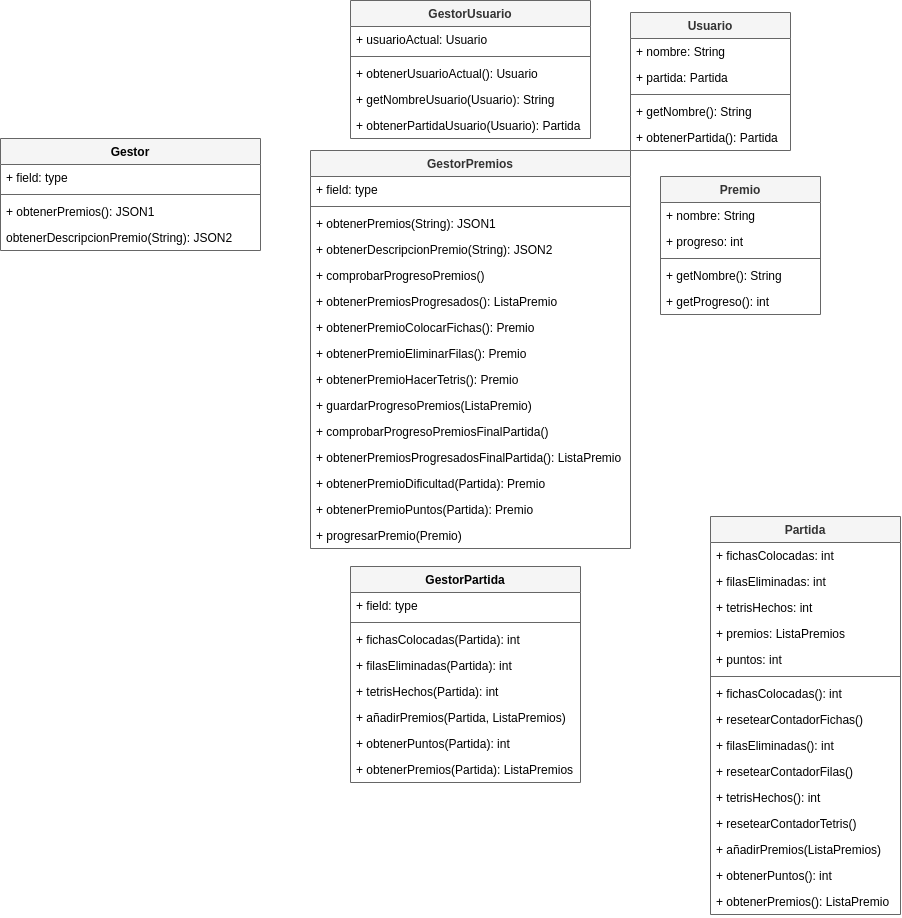
The draw.io diagram documentacion/funcionalidad 6/dclases6.png in mikel-egana-aranguren/ADSI-22-23-Tetris, before a commit. Source tidied: cells renumbered, new cells last; positions are measured from the earlier drawing's top-left corner, leaving out a move shared by most shapes.
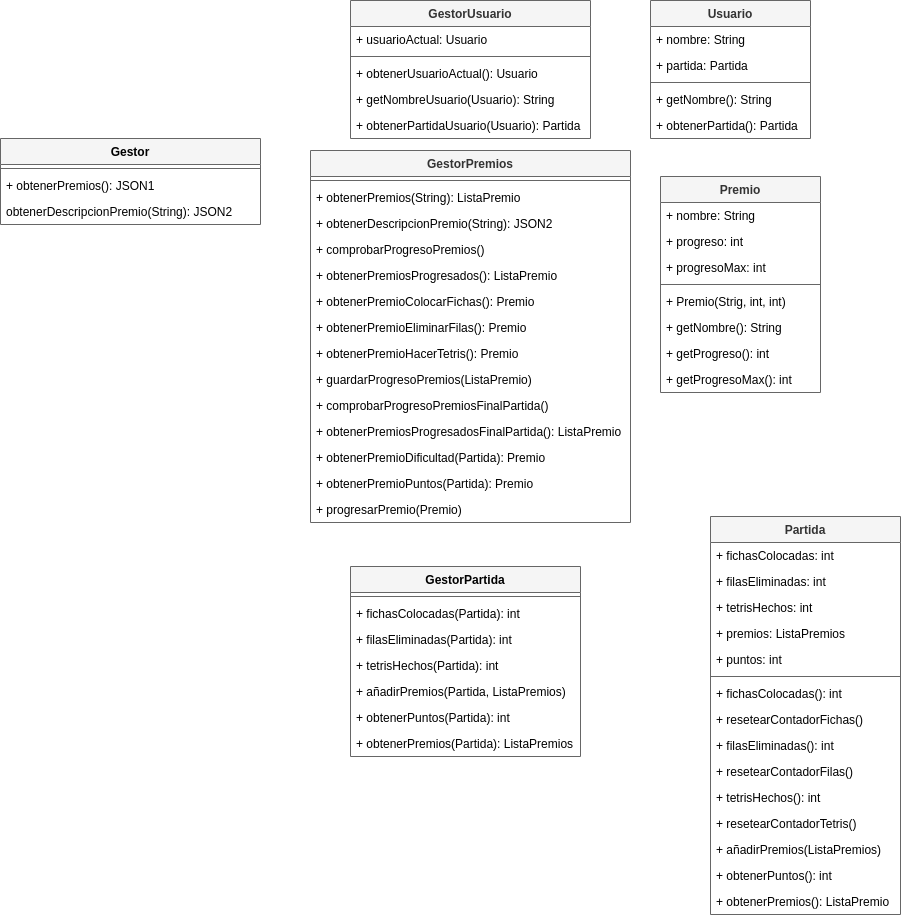
Above is the later version.

Commit message:
retoques en los diagramas

The edit, as a diff of the source:
```diff
@@ -3,7 +3,7 @@
     <mxCell id="0" />
     <mxCell id="1" parent="0" />
     <mxCell id="2" value="Usuario" style="swimlane;fontStyle=1;align=center;verticalAlign=top;horizontal=1;startSize=26;fillColor=#f5f5f5;fontColor=#333333;strokeColor=#666666;" parent="1" vertex="1">
-      <mxGeometry x="630" y="12" width="160" height="138" as="geometry" />
+      <mxGeometry x="650" width="160" height="138" as="geometry" />
     </mxCell>
     <mxCell id="3" value="+ nombre: String" style="text;strokeColor=none;fillColor=none;align=left;verticalAlign=top;spacingLeft=4;spacingRight=4;overflow=hidden;fontColor=#000000;" parent="2" vertex="1">
       <mxGeometry y="26" width="160" height="26" as="geometry" />
@@ -39,67 +39,61 @@
       <mxGeometry y="112" width="240" height="26" as="geometry" />
     </mxCell>
     <mxCell id="14" value="Gestor" style="swimlane;fontStyle=1;align=center;verticalAlign=top;horizontal=1;startSize=26;fillColor=#f5f5f5;fontColor=#000000;strokeColor=#666666;" parent="1" vertex="1">
-      <mxGeometry y="138" width="260" height="112" as="geometry" />
+      <mxGeometry y="138" width="260" height="86" as="geometry" />
     </mxCell>
-    <mxCell id="15" value="+ field: type" style="text;strokeColor=none;fillColor=none;align=left;verticalAlign=top;spacingLeft=4;spacingRight=4;overflow=hidden;fontColor=#000000;" parent="14" vertex="1">
-      <mxGeometry y="26" width="260" height="26" as="geometry" />
-    </mxCell>
     <mxCell id="16" style="line;strokeWidth=1;fillColor=#f5f5f5;align=left;verticalAlign=middle;spacingTop=-1;spacingLeft=3;spacingRight=3;labelPosition=right;fontColor=#333333;strokeColor=#666666;" parent="14" vertex="1">
-      <mxGeometry y="52" width="260" height="8" as="geometry" />
+      <mxGeometry y="26" width="260" height="8" as="geometry" />
     </mxCell>
     <mxCell id="17" value="+ obtenerPremios(): JSON1" style="text;strokeColor=none;fillColor=none;align=left;verticalAlign=top;spacingLeft=4;spacingRight=4;overflow=hidden;fontColor=#000000;" parent="14" vertex="1">
-      <mxGeometry y="60" width="260" height="26" as="geometry" />
+      <mxGeometry y="34" width="260" height="26" as="geometry" />
     </mxCell>
     <mxCell id="18" value="obtenerDescripcionPremio(String): JSON2" style="text;strokeColor=none;fillColor=none;align=left;verticalAlign=top;spacingLeft=4;spacingRight=4;overflow=hidden;fontColor=#000000;" parent="14" vertex="1">
-      <mxGeometry y="86" width="260" height="26" as="geometry" />
+      <mxGeometry y="60" width="260" height="26" as="geometry" />
     </mxCell>
     <mxCell id="19" value="GestorPremios" style="swimlane;fontStyle=1;align=center;verticalAlign=top;horizontal=1;startSize=26;fillColor=#f5f5f5;fontColor=#333333;strokeColor=#666666;" parent="1" vertex="1">
-      <mxGeometry x="310" y="150" width="320" height="398" as="geometry" />
+      <mxGeometry x="310" y="150" width="320" height="372" as="geometry" />
     </mxCell>
-    <mxCell id="20" value="+ field: type" style="text;strokeColor=none;fillColor=none;align=left;verticalAlign=top;spacingLeft=4;spacingRight=4;overflow=hidden;fontColor=#000000;" parent="19" vertex="1">
-      <mxGeometry y="26" width="320" height="26" as="geometry" />
-    </mxCell>
     <mxCell id="21" style="line;strokeWidth=1;fillColor=#f5f5f5;align=left;verticalAlign=middle;spacingTop=-1;spacingLeft=3;spacingRight=3;labelPosition=right;fontColor=#333333;strokeColor=#666666;" parent="19" vertex="1">
-      <mxGeometry y="52" width="320" height="8" as="geometry" />
+      <mxGeometry y="26" width="320" height="8" as="geometry" />
     </mxCell>
-    <mxCell id="22" value="+ obtenerPremios(String): JSON1" style="text;strokeColor=none;fillColor=none;align=left;verticalAlign=top;spacingLeft=4;spacingRight=4;overflow=hidden;fontColor=#000000;" parent="19" vertex="1">
-      <mxGeometry y="60" width="320" height="26" as="geometry" />
+    <mxCell id="22" value="+ obtenerPremios(String): ListaPremio" style="text;strokeColor=none;fillColor=none;align=left;verticalAlign=top;spacingLeft=4;spacingRight=4;overflow=hidden;fontColor=#000000;" parent="19" vertex="1">
+      <mxGeometry y="34" width="320" height="26" as="geometry" />
     </mxCell>
     <mxCell id="23" value="+ obtenerDescripcionPremio(String): JSON2" style="text;strokeColor=none;fillColor=none;align=left;verticalAlign=top;spacingLeft=4;spacingRight=4;overflow=hidden;fontColor=#000000;" parent="19" vertex="1">
-      <mxGeometry y="86" width="320" height="26" as="geometry" />
+      <mxGeometry y="60" width="320" height="26" as="geometry" />
     </mxCell>
     <mxCell id="24" value="+ comprobarProgresoPremios()" style="text;strokeColor=none;fillColor=none;align=left;verticalAlign=top;spacingLeft=4;spacingRight=4;overflow=hidden;fontColor=#000000;" parent="19" vertex="1">
-      <mxGeometry y="112" width="320" height="26" as="geometry" />
+      <mxGeometry y="86" width="320" height="26" as="geometry" />
     </mxCell>
     <mxCell id="25" value="+ obtenerPremiosProgresados(): ListaPremio" style="text;strokeColor=none;fillColor=none;align=left;verticalAlign=top;spacingLeft=4;spacingRight=4;overflow=hidden;fontColor=#000000;" parent="19" vertex="1">
-      <mxGeometry y="138" width="320" height="26" as="geometry" />
+      <mxGeometry y="112" width="320" height="26" as="geometry" />
     </mxCell>
     <mxCell id="26" value="+ obtenerPremioColocarFichas(): Premio" style="text;strokeColor=none;fillColor=none;align=left;verticalAlign=top;spacingLeft=4;spacingRight=4;overflow=hidden;fontColor=#000000;" parent="19" vertex="1">
-      <mxGeometry y="164" width="320" height="26" as="geometry" />
+      <mxGeometry y="138" width="320" height="26" as="geometry" />
     </mxCell>
     <mxCell id="27" value="+ obtenerPremioEliminarFilas(): Premio" style="text;strokeColor=none;fillColor=none;align=left;verticalAlign=top;spacingLeft=4;spacingRight=4;overflow=hidden;fontColor=#000000;" parent="19" vertex="1">
-      <mxGeometry y="190" width="320" height="26" as="geometry" />
+      <mxGeometry y="164" width="320" height="26" as="geometry" />
     </mxCell>
     <mxCell id="28" value="+ obtenerPremioHacerTetris(): Premio" style="text;strokeColor=none;fillColor=none;align=left;verticalAlign=top;spacingLeft=4;spacingRight=4;overflow=hidden;fontColor=#000000;" parent="19" vertex="1">
-      <mxGeometry y="216" width="320" height="26" as="geometry" />
+      <mxGeometry y="190" width="320" height="26" as="geometry" />
     </mxCell>
     <mxCell id="29" value="+ guardarProgresoPremios(ListaPremio)" style="text;strokeColor=none;fillColor=none;align=left;verticalAlign=top;spacingLeft=4;spacingRight=4;overflow=hidden;fontColor=#000000;" parent="19" vertex="1">
-      <mxGeometry y="242" width="320" height="26" as="geometry" />
+      <mxGeometry y="216" width="320" height="26" as="geometry" />
     </mxCell>
     <mxCell id="30" value="+ comprobarProgresoPremiosFinalPartida()" style="text;strokeColor=none;fillColor=none;align=left;verticalAlign=top;spacingLeft=4;spacingRight=4;overflow=hidden;fontColor=#000000;" parent="19" vertex="1">
-      <mxGeometry y="268" width="320" height="26" as="geometry" />
+      <mxGeometry y="242" width="320" height="26" as="geometry" />
     </mxCell>
     <mxCell id="31" value="+ obtenerPremiosProgresadosFinalPartida(): ListaPremio" style="text;strokeColor=none;fillColor=none;align=left;verticalAlign=top;spacingLeft=4;spacingRight=4;overflow=hidden;fontColor=#000000;" parent="19" vertex="1">
-      <mxGeometry y="294" width="320" height="26" as="geometry" />
+      <mxGeometry y="268" width="320" height="26" as="geometry" />
     </mxCell>
     <mxCell id="32" value="+ obtenerPremioDificultad(Partida): Premio" style="text;strokeColor=none;fillColor=none;align=left;verticalAlign=top;spacingLeft=4;spacingRight=4;overflow=hidden;fontColor=#000000;" parent="19" vertex="1">
-      <mxGeometry y="320" width="320" height="26" as="geometry" />
+      <mxGeometry y="294" width="320" height="26" as="geometry" />
     </mxCell>
     <mxCell id="33" value="+ obtenerPremioPuntos(Partida): Premio" style="text;strokeColor=none;fillColor=none;align=left;verticalAlign=top;spacingLeft=4;spacingRight=4;overflow=hidden;fontColor=#000000;" parent="19" vertex="1">
-      <mxGeometry y="346" width="320" height="26" as="geometry" />
+      <mxGeometry y="320" width="320" height="26" as="geometry" />
     </mxCell>
     <mxCell id="34" value="+ progresarPremio(Premio)" style="text;strokeColor=none;fillColor=none;align=left;verticalAlign=top;spacingLeft=4;spacingRight=4;overflow=hidden;fontColor=#000000;" parent="19" vertex="1">
-      <mxGeometry y="372" width="320" height="26" as="geometry" />
+      <mxGeometry y="346" width="320" height="26" as="geometry" />
     </mxCell>
     <mxCell id="35" value="Partida" style="swimlane;fontStyle=1;align=center;verticalAlign=top;horizontal=1;startSize=26;fillColor=#f5f5f5;fontColor=#333333;strokeColor=#666666;" parent="1" vertex="1">
       <mxGeometry x="710" y="516" width="190" height="398" as="geometry" />
@@ -150,7 +144,7 @@
       <mxGeometry y="372" width="190" height="26" as="geometry" />
     </mxCell>
     <mxCell id="51" value="Premio" style="swimlane;fontStyle=1;align=center;verticalAlign=top;horizontal=1;startSize=26;fillColor=#f5f5f5;fontColor=#333333;strokeColor=#666666;" parent="1" vertex="1">
-      <mxGeometry x="660" y="176" width="160" height="138" as="geometry" />
+      <mxGeometry x="660" y="176" width="160" height="216" as="geometry" />
     </mxCell>
     <mxCell id="52" value="+ nombre: String" style="text;strokeColor=none;fillColor=none;align=left;verticalAlign=top;spacingLeft=4;spacingRight=4;overflow=hidden;fontColor=#000000;" parent="51" vertex="1">
       <mxGeometry y="26" width="160" height="26" as="geometry" />
@@ -158,41 +152,47 @@
     <mxCell id="53" value="+ progreso: int" style="text;strokeColor=none;fillColor=none;align=left;verticalAlign=top;spacingLeft=4;spacingRight=4;overflow=hidden;fontColor=#000000;" parent="51" vertex="1">
       <mxGeometry y="52" width="160" height="26" as="geometry" />
     </mxCell>
+    <mxCell id="66" value="+ progresoMax: int" style="text;strokeColor=none;fillColor=none;align=left;verticalAlign=top;spacingLeft=4;spacingRight=4;overflow=hidden;fontColor=#000000;" parent="51" vertex="1">
+      <mxGeometry y="78" width="160" height="26" as="geometry" />
+    </mxCell>
     <mxCell id="54" style="line;strokeWidth=1;fillColor=#f5f5f5;align=left;verticalAlign=middle;spacingTop=-1;spacingLeft=3;spacingRight=3;labelPosition=right;fontColor=#333333;strokeColor=#666666;" parent="51" vertex="1">
-      <mxGeometry y="78" width="160" height="8" as="geometry" />
+      <mxGeometry y="104" width="160" height="8" as="geometry" />
     </mxCell>
+    <mxCell id="67" value="+ Premio(Strig, int, int)" style="text;strokeColor=none;fillColor=none;align=left;verticalAlign=top;spacingLeft=4;spacingRight=4;overflow=hidden;fontColor=#000000;" parent="51" vertex="1">
+      <mxGeometry y="112" width="160" height="26" as="geometry" />
+    </mxCell>
     <mxCell id="55" value="+ getNombre(): String" style="text;strokeColor=none;fillColor=none;align=left;verticalAlign=top;spacingLeft=4;spacingRight=4;overflow=hidden;fontColor=#000000;" parent="51" vertex="1">
-      <mxGeometry y="86" width="160" height="26" as="geometry" />
+      <mxGeometry y="138" width="160" height="26" as="geometry" />
     </mxCell>
     <mxCell id="56" value="+ getProgreso(): int" style="text;strokeColor=none;fillColor=none;align=left;verticalAlign=top;spacingLeft=4;spacingRight=4;overflow=hidden;fontColor=#000000;" parent="51" vertex="1">
-      <mxGeometry y="112" width="160" height="26" as="geometry" />
+      <mxGeometry y="164" width="160" height="26" as="geometry" />
     </mxCell>
+    <mxCell id="68" value="+ getProgresoMax(): int" style="text;strokeColor=none;fillColor=none;align=left;verticalAlign=top;spacingLeft=4;spacingRight=4;overflow=hidden;fontColor=#000000;" parent="51" vertex="1">
+      <mxGeometry y="190" width="160" height="26" as="geometry" />
+    </mxCell>
     <mxCell id="57" value="GestorPartida" style="swimlane;fontStyle=1;align=center;verticalAlign=top;horizontal=1;startSize=26;fillColor=#f5f5f5;fontColor=#000000;strokeColor=#666666;" parent="1" vertex="1">
-      <mxGeometry x="350" y="566" width="230" height="216" as="geometry" />
+      <mxGeometry x="350" y="566" width="230" height="190" as="geometry" />
     </mxCell>
-    <mxCell id="58" value="+ field: type" style="text;strokeColor=none;fillColor=none;align=left;verticalAlign=top;spacingLeft=4;spacingRight=4;overflow=hidden;fontColor=#000000;" parent="57" vertex="1">
-      <mxGeometry y="26" width="230" height="26" as="geometry" />
-    </mxCell>
     <mxCell id="59" style="line;strokeWidth=1;fillColor=#f5f5f5;align=left;verticalAlign=middle;spacingTop=-1;spacingLeft=3;spacingRight=3;labelPosition=right;fontColor=#333333;strokeColor=#666666;" parent="57" vertex="1">
-      <mxGeometry y="52" width="230" height="8" as="geometry" />
+      <mxGeometry y="26" width="230" height="8" as="geometry" />
     </mxCell>
     <mxCell id="60" value="+ fichasColocadas(Partida): int" style="text;strokeColor=none;fillColor=none;align=left;verticalAlign=top;spacingLeft=4;spacingRight=4;overflow=hidden;fontColor=#000000;" parent="57" vertex="1">
-      <mxGeometry y="60" width="230" height="26" as="geometry" />
+      <mxGeometry y="34" width="230" height="26" as="geometry" />
     </mxCell>
     <mxCell id="61" value="+ filasEliminadas(Partida): int" style="text;strokeColor=none;fillColor=none;align=left;verticalAlign=top;spacingLeft=4;spacingRight=4;overflow=hidden;fontColor=#000000;" parent="57" vertex="1">
-      <mxGeometry y="86" width="230" height="26" as="geometry" />
+      <mxGeometry y="60" width="230" height="26" as="geometry" />
     </mxCell>
     <mxCell id="62" value="+ tetrisHechos(Partida): int" style="text;strokeColor=none;fillColor=none;align=left;verticalAlign=top;spacingLeft=4;spacingRight=4;overflow=hidden;fontColor=#000000;" parent="57" vertex="1">
-      <mxGeometry y="112" width="230" height="26" as="geometry" />
+      <mxGeometry y="86" width="230" height="26" as="geometry" />
     </mxCell>
     <mxCell id="63" value="+ añadirPremios(Partida, ListaPremios)" style="text;strokeColor=none;fillColor=none;align=left;verticalAlign=top;spacingLeft=4;spacingRight=4;overflow=hidden;fontColor=#000000;" parent="57" vertex="1">
-      <mxGeometry y="138" width="230" height="26" as="geometry" />
+      <mxGeometry y="112" width="230" height="26" as="geometry" />
     </mxCell>
     <mxCell id="64" value="+ obtenerPuntos(Partida): int" style="text;strokeColor=none;fillColor=none;align=left;verticalAlign=top;spacingLeft=4;spacingRight=4;overflow=hidden;fontColor=#000000;" parent="57" vertex="1">
-      <mxGeometry y="164" width="230" height="26" as="geometry" />
+      <mxGeometry y="138" width="230" height="26" as="geometry" />
     </mxCell>
     <mxCell id="65" value="+ obtenerPremios(Partida): ListaPremios" style="text;strokeColor=none;fillColor=none;align=left;verticalAlign=top;spacingLeft=4;spacingRight=4;overflow=hidden;fontColor=#000000;" parent="57" vertex="1">
-      <mxGeometry y="190" width="230" height="26" as="geometry" />
+      <mxGeometry y="164" width="230" height="26" as="geometry" />
     </mxCell>
   </root>
 </mxGraphModel>
```
